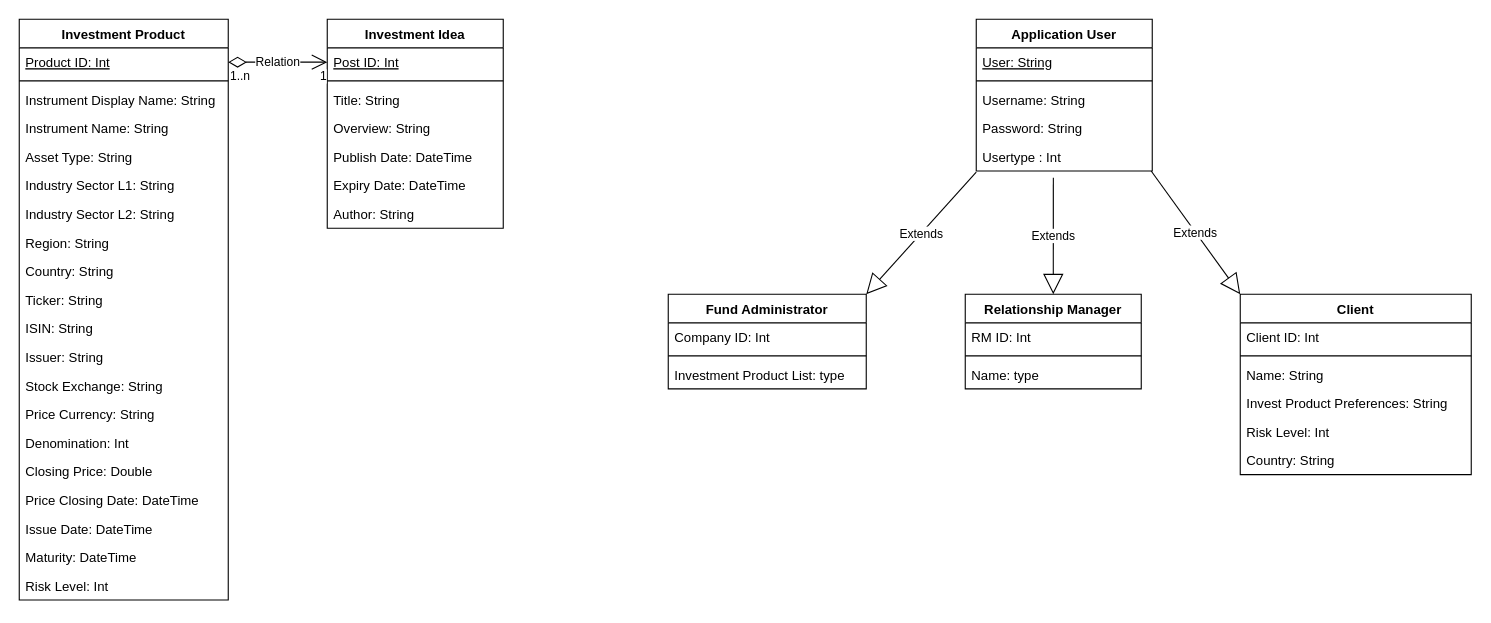
Before: Documents, diagrams etc/DatabaseDesign.drawio in danelms/softEng, a draw.io diagram. Source tidied: cells renumbered, new cells numbered last; positions are measured from the earlier drawing's top-left corner, leaving out a move shared by most shapes. Both pictures are drawn from the tidied source at 110%, with x=0, y=0 at pixel (19, 19).
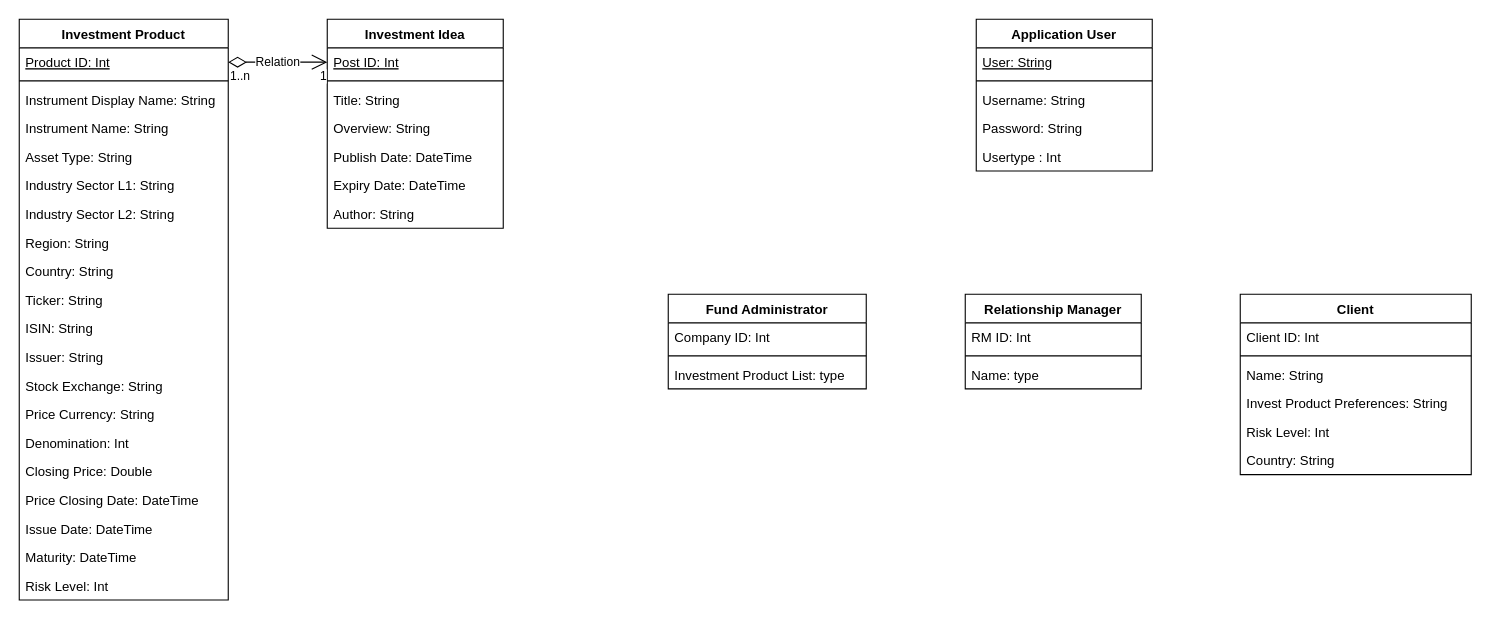
The same diagram, later.

Unchanged cells that the change refers to:
```xml
<mxCell id="7" value="Usertype : Int" style="text;strokeColor=none;fillColor=none;align=left;verticalAlign=top;spacingLeft=4;spacingRight=4;overflow=hidden;points=[[0,0.5],[1,0.5]];portConstraint=eastwest;" parent="2" vertex="1">
  <mxGeometry y="112" width="160" height="26" as="geometry" />
</mxCell>
<mxCell id="40" value="Client" style="swimlane;fontStyle=1;align=center;verticalAlign=top;horizontal=1;startSize=26;" parent="1" vertex="1">
  <mxGeometry x="1110" y="250" width="210" height="164" as="geometry" />
</mxCell>
<mxCell id="47" value="Relationship Manager" style="swimlane;fontStyle=1;align=center;verticalAlign=top;horizontal=1;startSize=26;" parent="1" vertex="1">
  <mxGeometry x="860" y="250" width="160" height="86" as="geometry" />
</mxCell>
<mxCell id="51" value="Fund Administrator" style="swimlane;fontStyle=1;align=center;verticalAlign=top;horizontal=1;startSize=26;" parent="1" vertex="1">
  <mxGeometry x="590" y="250" width="180" height="86" as="geometry" />
</mxCell>
```

The edit, as a diff of the source:
```diff
@@
-    <mxCell id="55" value="Extends" style="endArrow=block;endSize=16;endFill=0;html=1;rounded=0;exitX=0.994;exitY=1;exitDx=0;exitDy=0;entryX=0;entryY=0;entryDx=0;entryDy=0;exitPerimeter=0;" parent="1" edge="1" source="7" target="40">
-      <mxGeometry relative="1" as="geometry" />
-    </mxCell>
-    <mxCell id="56" value="Extends" style="endArrow=block;endSize=16;endFill=0;html=1;rounded=0;exitX=0.438;exitY=1.231;exitDx=0;exitDy=0;exitPerimeter=0;" parent="1" edge="1" source="7" target="47">
-      <mxGeometry relative="1" as="geometry" />
-    </mxCell>
-    <mxCell id="57" value="Extends" style="endArrow=block;endSize=16;endFill=0;html=1;rounded=0;exitX=0;exitY=1.038;exitDx=0;exitDy=0;exitPerimeter=0;entryX=1;entryY=0;entryDx=0;entryDy=0;" parent="1" edge="1" source="7" target="51">
-      <mxGeometry relative="1" as="geometry" />
-    </mxCell>
```
